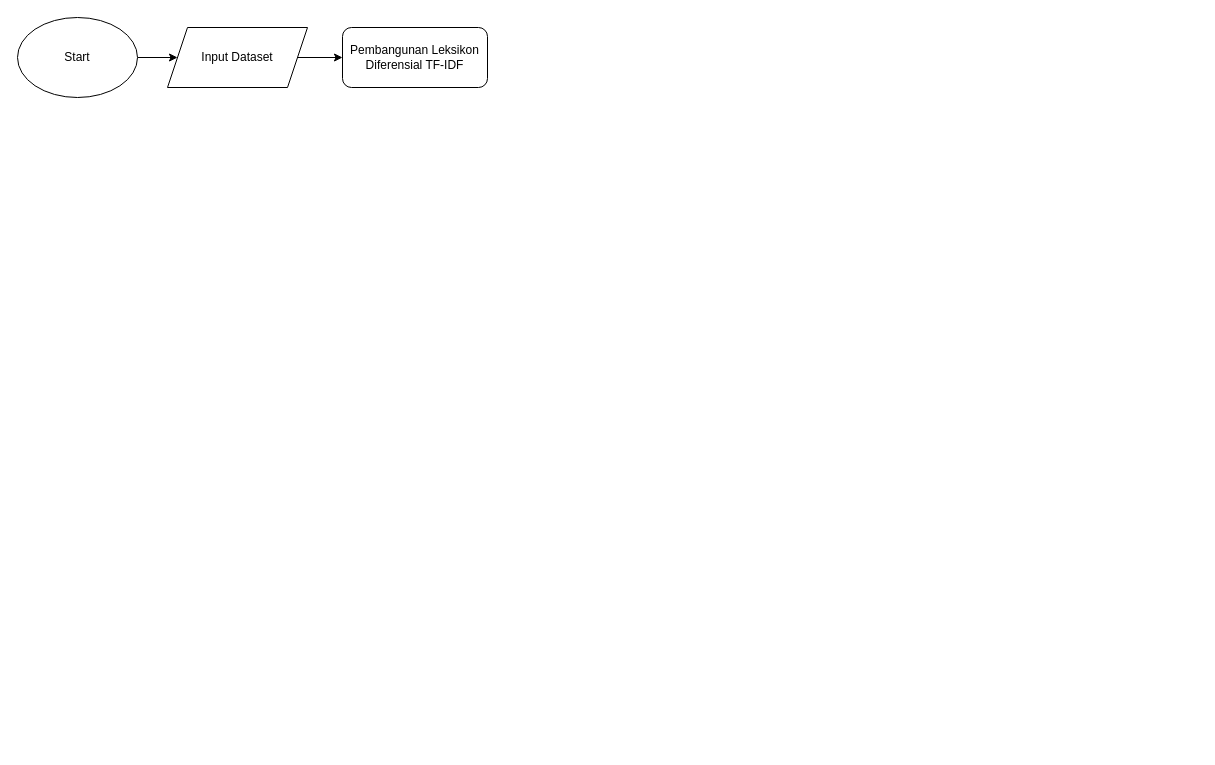
Above: page "Matematis" (4 of 4) of thesis.drawio in Jacksonciek/thesis-diagram (draw.io), before the change. Source tidied: cells renumbered, new cells numbered last; positions are measured from the earlier drawing's top-left corner, leaving out a move shared by most shapes. Both pictures are drawn from the tidied source at 100%, with x=0, y=0 at pixel (17, 17).
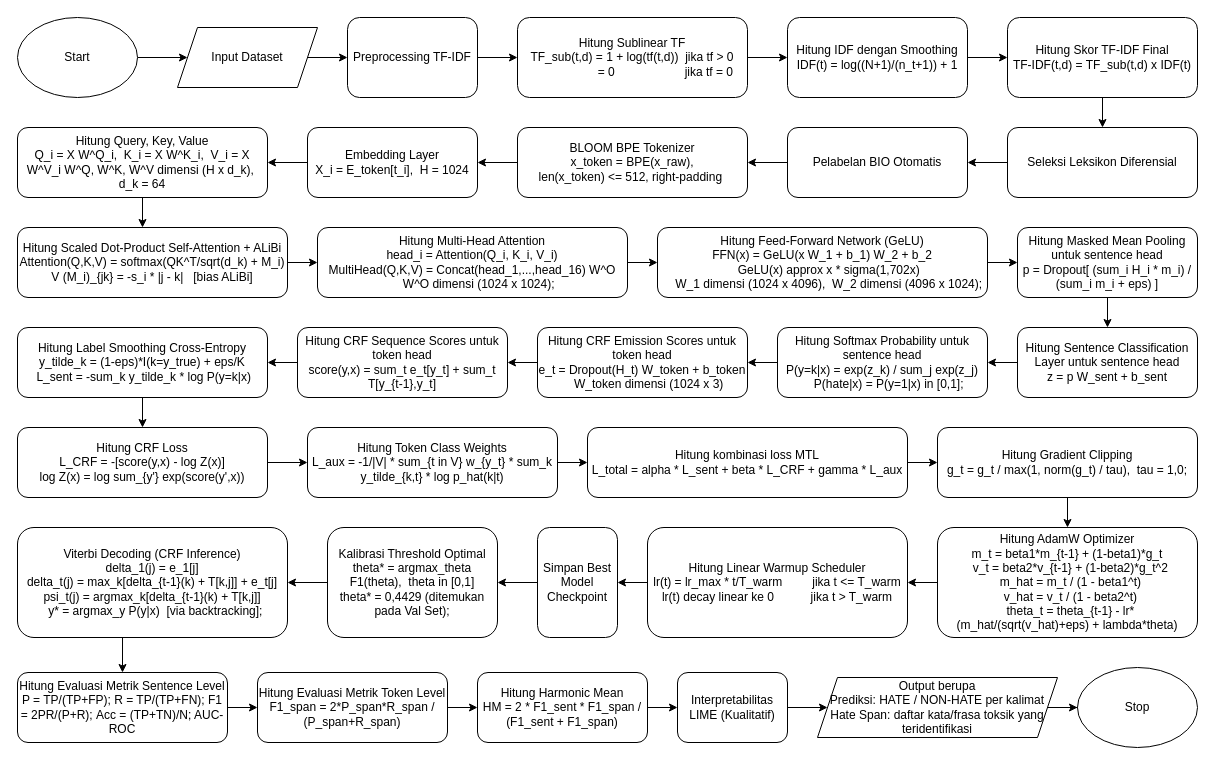
The same page after the edit.

Diff of the diagram source:
```diff
@@
-    <mxCell id="4" style="edgeStyle=orthogonalEdgeStyle;rounded=0;jettySize=auto;html=1;entryX=0;entryY=0.5;entryDx=0;entryDy=0;" parent="1" edge="1" source="5" target="6">
-      <mxGeometry relative="1" as="geometry" />
-    </mxCell>
+    <mxCell id="7" style="edgeStyle=orthogonalEdgeStyle;rounded=0;jettySize=auto;html=1;entryX=0;entryY=0.5;entryDx=0;entryDy=0;" parent="1" edge="1" source="5" target="10">
+      <mxGeometry relative="1" as="geometry" />
+    </mxCell>
     <mxCell id="5" value="Input Dataset" style="shape=parallelogram;perimeter=parallelogramPerimeter;whiteSpace=wrap;html=1;fixedSize=1;" parent="1" vertex="1">
-      <mxGeometry x="150" y="10" width="140" height="60" as="geometry" />
+      <mxGeometry x="160" y="10" width="140" height="60" as="geometry" />
     </mxCell>
+    <mxCell id="8" style="edgeStyle=orthogonalEdgeStyle;rounded=0;jettySize=auto;html=1;entryX=0;entryY=0.5;entryDx=0;entryDy=0;" parent="1" edge="1" source="6" target="12">
+      <mxGeometry relative="1" as="geometry" />
+    </mxCell>
-    <mxCell id="6" value="Pembangunan Leksikon Diferensial TF-IDF" style="rounded=1;whiteSpace=wrap;html=1;" parent="1" vertex="1">
-      <mxGeometry x="325" y="10" width="145" height="60" as="geometry" />
+    <mxCell id="6" value="Hitung Sublinear TF&lt;div&gt;&lt;div&gt;TF_sub(t,d) = 1 + log(tf(t,d))&amp;nbsp; jika tf &amp;gt; 0&lt;/div&gt;&lt;div&gt;&amp;nbsp; &amp;nbsp; &amp;nbsp; &amp;nbsp; &amp;nbsp; &amp;nbsp; &amp;nbsp; &amp;nbsp; &amp;nbsp; &amp;nbsp; = 0&amp;nbsp; &amp;nbsp; &amp;nbsp; &amp;nbsp; &amp;nbsp; &amp;nbsp; &amp;nbsp; &amp;nbsp; &amp;nbsp; &amp;nbsp; &amp;nbsp;jika tf = 0&lt;/div&gt;&lt;/div&gt;" style="rounded=1;whiteSpace=wrap;html=1;" parent="1" vertex="1">
+      <mxGeometry x="500" width="230" height="80" as="geometry" />
     </mxCell>
+    <mxCell id="9" style="edgeStyle=orthogonalEdgeStyle;rounded=0;jettySize=auto;html=1;entryX=0;entryY=0.5;entryDx=0;entryDy=0;" parent="1" edge="1" source="10" target="6">
+      <mxGeometry relative="1" as="geometry" />
+    </mxCell>
+    <mxCell id="10" value="Preprocessing TF-IDF" style="rounded=1;whiteSpace=wrap;html=1;" parent="1" vertex="1">
+      <mxGeometry x="330" width="130" height="80" as="geometry" />
+    </mxCell>
+    <mxCell id="11" style="edgeStyle=orthogonalEdgeStyle;rounded=0;jettySize=auto;html=1;entryX=0;entryY=0.5;entryDx=0;entryDy=0;" parent="1" edge="1" source="12" target="14">
+      <mxGeometry relative="1" as="geometry" />
+    </mxCell>
+    <mxCell id="12" value="Hitung&amp;nbsp;&lt;span style=&quot;background-color: transparent;&quot;&gt;IDF dengan Smoothing&lt;/span&gt;&lt;div&gt;&lt;span style=&quot;background-color: transparent; color: light-dark(rgb(0, 0, 0), rgb(255, 255, 255));&quot;&gt;IDF(t) = log((N+1)/(n_t+1)) + 1&lt;/span&gt;&lt;/div&gt;" style="rounded=1;whiteSpace=wrap;html=1;" parent="1" vertex="1">
+      <mxGeometry x="770" width="180" height="80" as="geometry" />
+    </mxCell>
+    <mxCell id="13" style="edgeStyle=orthogonalEdgeStyle;rounded=0;jettySize=auto;html=1;entryX=0.5;entryY=0;entryDx=0;entryDy=0;" parent="1" edge="1" source="14" target="16">
+      <mxGeometry relative="1" as="geometry" />
+    </mxCell>
+    <mxCell id="14" value="Hitung&amp;nbsp;&lt;span style=&quot;background-color: transparent;&quot;&gt;Skor TF-IDF Final&lt;/span&gt;&lt;div&gt;&lt;span style=&quot;background-color: transparent; color: light-dark(rgb(0, 0, 0), rgb(255, 255, 255));&quot;&gt;TF-IDF(t,d) = TF_sub(t,d) x IDF(t)&lt;/span&gt;&lt;/div&gt;" style="rounded=1;whiteSpace=wrap;html=1;" parent="1" vertex="1">
+      <mxGeometry x="990" width="190" height="80" as="geometry" />
+    </mxCell>
+    <mxCell id="15" style="edgeStyle=orthogonalEdgeStyle;rounded=0;jettySize=auto;html=1;entryX=1;entryY=0.5;entryDx=0;entryDy=0;" parent="1" edge="1" source="16" target="18">
+      <mxGeometry relative="1" as="geometry" />
+    </mxCell>
+    <mxCell id="16" value="Seleksi Leksikon Diferensial" style="rounded=1;whiteSpace=wrap;html=1;" parent="1" vertex="1">
+      <mxGeometry x="990" y="110" width="190" height="70" as="geometry" />
+    </mxCell>
+    <mxCell id="17" style="edgeStyle=orthogonalEdgeStyle;rounded=0;jettySize=auto;html=1;entryX=1;entryY=0.5;entryDx=0;entryDy=0;" parent="1" edge="1" source="18" target="20">
+      <mxGeometry relative="1" as="geometry" />
+    </mxCell>
+    <mxCell id="18" value="Pelabelan BIO Otomatis" style="rounded=1;whiteSpace=wrap;html=1;" parent="1" vertex="1">
+      <mxGeometry x="770" y="110" width="180" height="70" as="geometry" />
+    </mxCell>
+    <mxCell id="19" style="edgeStyle=orthogonalEdgeStyle;rounded=0;jettySize=auto;html=1;entryX=1;entryY=0.5;entryDx=0;entryDy=0;" parent="1" edge="1" source="20" target="22">
+      <mxGeometry relative="1" as="geometry" />
+    </mxCell>
+    <mxCell id="20" value="BLOOM BPE Tokenizer&lt;div&gt;&lt;div&gt;x_token = BPE(x_raw),&lt;/div&gt;&lt;div&gt;len(x_token) &amp;lt;= 512,&amp;nbsp;&lt;span style=&quot;background-color: transparent; color: light-dark(rgb(0, 0, 0), rgb(255, 255, 255));&quot;&gt;right-padding&amp;nbsp;&lt;/span&gt;&lt;/div&gt;&lt;/div&gt;" style="rounded=1;whiteSpace=wrap;html=1;" parent="1" vertex="1">
+      <mxGeometry x="500" y="110" width="230" height="70" as="geometry" />
+    </mxCell>
+    <mxCell id="21" style="edgeStyle=orthogonalEdgeStyle;rounded=0;jettySize=auto;html=1;entryX=1;entryY=0.5;entryDx=0;entryDy=0;" parent="1" edge="1" source="22" target="23">
+      <mxGeometry relative="1" as="geometry" />
+    </mxCell>
+    <mxCell id="22" value="Embedding Layer&lt;div&gt;X_i = E_token[t_i],&amp;nbsp; H = 1024&lt;/div&gt;" style="rounded=1;whiteSpace=wrap;html=1;" parent="1" vertex="1">
+      <mxGeometry x="290" y="110" width="170" height="70" as="geometry" />
+    </mxCell>
+    <mxCell id="23" value="Hitung Query, Key, Value&lt;div&gt;&lt;div&gt;Q_i = X W^Q_i,&amp;nbsp; K_i = X W^K_i,&amp;nbsp; V_i = X W^V_i&amp;nbsp;&lt;span style=&quot;background-color: transparent; color: light-dark(rgb(0, 0, 0), rgb(255, 255, 255));&quot;&gt;W^Q, W^K, W^V dimensi (H x d_k),&amp;nbsp; d_k = 64&lt;/span&gt;&lt;/div&gt;&lt;/div&gt;" style="rounded=1;whiteSpace=wrap;html=1;" parent="1" vertex="1">
+      <mxGeometry y="110" width="250" height="70" as="geometry" />
+    </mxCell>
+    <mxCell id="24" style="edgeStyle=orthogonalEdgeStyle;rounded=0;jettySize=auto;html=1;entryX=0;entryY=0.5;entryDx=0;entryDy=0;" parent="1" edge="1" source="25" target="28">
+      <mxGeometry relative="1" as="geometry" />
+    </mxCell>
+    <mxCell id="25" value="Hitung Scaled Dot-Product Self-Attention + ALiBi&lt;div&gt;&lt;div&gt;Attention(Q,K,V) = softmax(QK^T/sqrt(d_k) + M_i) V&amp;nbsp;&lt;span style=&quot;background-color: transparent; color: light-dark(rgb(0, 0, 0), rgb(255, 255, 255));&quot;&gt;(M_i)_{jk} = -s_i * |j - k|&amp;nbsp; &amp;nbsp;[bias ALiBi]&lt;/span&gt;&lt;/div&gt;&lt;/div&gt;" style="rounded=1;whiteSpace=wrap;html=1;" parent="1" vertex="1">
+      <mxGeometry y="210" width="270" height="70" as="geometry" />
+    </mxCell>
+    <mxCell id="26" style="edgeStyle=orthogonalEdgeStyle;rounded=0;jettySize=auto;html=1;entryX=0.463;entryY=0;entryDx=0;entryDy=0;entryPerimeter=0;" parent="1" edge="1" source="23" target="25">
+      <mxGeometry relative="1" as="geometry" />
+    </mxCell>
+    <mxCell id="27" style="edgeStyle=orthogonalEdgeStyle;rounded=0;jettySize=auto;html=1;entryX=0;entryY=0.5;entryDx=0;entryDy=0;" parent="1" edge="1" source="28" target="30">
+      <mxGeometry relative="1" as="geometry" />
+    </mxCell>
+    <mxCell id="28" value="Hitung Multi-Head Attention&lt;div&gt;&lt;div&gt;head_i = Attention(Q_i, K_i, V_i)&lt;/div&gt;&lt;div&gt;&lt;span style=&quot;background-color: transparent; color: light-dark(rgb(0, 0, 0), rgb(255, 255, 255));&quot;&gt;MultiHead(Q,K,V) = Concat(head_1,...,head_16) W^O&lt;/span&gt;&lt;/div&gt;&lt;div&gt;&amp;nbsp; &amp;nbsp; W^O dimensi (1024 x 1024);&lt;/div&gt;&lt;/div&gt;" style="rounded=1;whiteSpace=wrap;html=1;" parent="1" vertex="1">
+      <mxGeometry x="300" y="210" width="310" height="70" as="geometry" />
+    </mxCell>
+    <mxCell id="29" style="edgeStyle=orthogonalEdgeStyle;rounded=0;jettySize=auto;html=1;entryX=0;entryY=0.5;entryDx=0;entryDy=0;" parent="1" edge="1" source="30" target="32">
+      <mxGeometry relative="1" as="geometry" />
+    </mxCell>
+    <mxCell id="30" value="Hitung Feed-Forward Network (GeLU)&lt;div&gt;&lt;div&gt;FFN(x) = GeLU(x W_1 + b_1) W_2 + b_2&lt;/div&gt;&lt;div&gt;&amp;nbsp; &amp;nbsp; GeLU(x) approx x * sigma(1,702x)&lt;/div&gt;&lt;div&gt;&amp;nbsp; &amp;nbsp; W_1 dimensi (1024 x 4096),&amp;nbsp; W_2 dimensi (4096 x 1024);&lt;/div&gt;&lt;/div&gt;" style="rounded=1;whiteSpace=wrap;html=1;" parent="1" vertex="1">
+      <mxGeometry x="640" y="210" width="330" height="70" as="geometry" />
+    </mxCell>
+    <mxCell id="31" style="edgeStyle=orthogonalEdgeStyle;rounded=0;jettySize=auto;html=1;entryX=0.5;entryY=0;entryDx=0;entryDy=0;" parent="1" edge="1" source="32" target="34">
+      <mxGeometry relative="1" as="geometry" />
+    </mxCell>
+    <mxCell id="32" value="Hitung Masked Mean Pooling untuk sentence head&lt;div&gt;p = Dropout[ (sum_i H_i * m_i) / (sum_i m_i + eps) ]&lt;/div&gt;" style="rounded=1;whiteSpace=wrap;html=1;" parent="1" vertex="1">
+      <mxGeometry x="1000" y="210" width="180" height="70" as="geometry" />
+    </mxCell>
+    <mxCell id="33" style="edgeStyle=orthogonalEdgeStyle;rounded=0;jettySize=auto;html=1;entryX=1;entryY=0.5;entryDx=0;entryDy=0;" parent="1" edge="1" source="34" target="36">
+      <mxGeometry relative="1" as="geometry" />
+    </mxCell>
+    <mxCell id="34" value="Hitung Sentence Classification Layer untuk sentence head&lt;div&gt;z = p W_sent + b_sent&lt;/div&gt;" style="rounded=1;whiteSpace=wrap;html=1;" parent="1" vertex="1">
+      <mxGeometry x="1000" y="310" width="180" height="70" as="geometry" />
+    </mxCell>
+    <mxCell id="35" style="edgeStyle=orthogonalEdgeStyle;rounded=0;jettySize=auto;html=1;entryX=1;entryY=0.5;entryDx=0;entryDy=0;" parent="1" edge="1" source="36" target="38">
+      <mxGeometry relative="1" as="geometry" />
+    </mxCell>
+    <mxCell id="36" value="Hitung Softmax Probability untuk sentence head&lt;div&gt;&lt;div&gt;P(y=k|x) = exp(z_k) / sum_j exp(z_j)&lt;/div&gt;&lt;div&gt;&amp;nbsp; &amp;nbsp; P(hate|x) = P(y=1|x) in [0,1];&lt;/div&gt;&lt;/div&gt;" style="rounded=1;whiteSpace=wrap;html=1;" parent="1" vertex="1">
+      <mxGeometry x="760" y="310" width="210" height="70" as="geometry" />
+    </mxCell>
+    <mxCell id="37" style="edgeStyle=orthogonalEdgeStyle;rounded=0;jettySize=auto;html=1;entryX=1;entryY=0.5;entryDx=0;entryDy=0;" parent="1" edge="1" source="38" target="40">
+      <mxGeometry relative="1" as="geometry" />
+    </mxCell>
+    <mxCell id="38" value="Hitung CRF Emission Scores untuk token head&lt;div&gt;&lt;div&gt;e_t = Dropout(H_t) W_token + b_token&lt;/div&gt;&lt;div&gt;&amp;nbsp; &amp;nbsp; W_token dimensi (1024 x 3)&lt;/div&gt;&lt;/div&gt;" style="rounded=1;whiteSpace=wrap;html=1;" parent="1" vertex="1">
+      <mxGeometry x="520" y="310" width="210" height="70" as="geometry" />
+    </mxCell>
+    <mxCell id="39" style="edgeStyle=orthogonalEdgeStyle;rounded=0;jettySize=auto;html=1;entryX=1;entryY=0.5;entryDx=0;entryDy=0;" parent="1" edge="1" source="40" target="42">
+      <mxGeometry relative="1" as="geometry" />
+    </mxCell>
+    <mxCell id="40" value="Hitung CRF Sequence Scores untuk token head&lt;div&gt;score(y,x) = sum_t e_t[y_t] + sum_t T[y_{t-1},y_t]&lt;/div&gt;" style="rounded=1;whiteSpace=wrap;html=1;" parent="1" vertex="1">
+      <mxGeometry x="280" y="310" width="210" height="70" as="geometry" />
+    </mxCell>
+    <mxCell id="41" style="edgeStyle=orthogonalEdgeStyle;rounded=0;jettySize=auto;html=1;entryX=0.5;entryY=0;entryDx=0;entryDy=0;" parent="1" edge="1" source="42" target="44">
+      <mxGeometry relative="1" as="geometry" />
+    </mxCell>
+    <mxCell id="42" value="Hitung Label Smoothing Cross-Entropy&lt;div&gt;&lt;div&gt;y_tilde_k = (1-eps)*I(k=y_true) + eps/K&lt;/div&gt;&lt;div&gt;&amp;nbsp;L_sent = -sum_k y_tilde_k * log P(y=k|x)&lt;/div&gt;&lt;/div&gt;" style="rounded=1;whiteSpace=wrap;html=1;" parent="1" vertex="1">
+      <mxGeometry y="310" width="250" height="70" as="geometry" />
+    </mxCell>
+    <mxCell id="43" style="edgeStyle=orthogonalEdgeStyle;rounded=0;jettySize=auto;html=1;entryX=0;entryY=0.5;entryDx=0;entryDy=0;" parent="1" edge="1" source="44" target="46">
+      <mxGeometry relative="1" as="geometry" />
+    </mxCell>
+    <mxCell id="44" value="Hitung CRF Loss&lt;div&gt;&lt;div&gt;L_CRF = -[score(y,x) - log Z(x)]&lt;/div&gt;&lt;div&gt;log Z(x) = log sum_{y'} exp(score(y',x))&lt;/div&gt;&lt;/div&gt;" style="rounded=1;whiteSpace=wrap;html=1;" parent="1" vertex="1">
+      <mxGeometry y="410" width="250" height="70" as="geometry" />
+    </mxCell>
+    <mxCell id="45" style="edgeStyle=orthogonalEdgeStyle;rounded=0;jettySize=auto;html=1;entryX=0;entryY=0.5;entryDx=0;entryDy=0;" parent="1" edge="1" source="46" target="48">
+      <mxGeometry relative="1" as="geometry" />
+    </mxCell>
+    <mxCell id="46" value="Hitung Token Class Weights&lt;div&gt;L_aux = -1/|V| * sum_{t in V} w_{y_t} * sum_k y_tilde_{k,t} * log p_hat(k|t)&lt;/div&gt;" style="rounded=1;whiteSpace=wrap;html=1;" parent="1" vertex="1">
+      <mxGeometry x="290" y="410" width="250" height="70" as="geometry" />
+    </mxCell>
+    <mxCell id="47" style="edgeStyle=orthogonalEdgeStyle;rounded=0;jettySize=auto;html=1;entryX=0;entryY=0.5;entryDx=0;entryDy=0;" parent="1" edge="1" source="48" target="50">
+      <mxGeometry relative="1" as="geometry" />
+    </mxCell>
+    <mxCell id="48" value="Hitung kombinasi loss MTL&lt;div&gt;L_total = alpha * L_sent + beta * L_CRF + gamma * L_aux&lt;/div&gt;" style="rounded=1;whiteSpace=wrap;html=1;" parent="1" vertex="1">
+      <mxGeometry x="570" y="410" width="320" height="70" as="geometry" />
+    </mxCell>
+    <mxCell id="49" style="edgeStyle=orthogonalEdgeStyle;rounded=0;jettySize=auto;html=1;entryX=0.5;entryY=0;entryDx=0;entryDy=0;" parent="1" edge="1" source="50" target="52">
+      <mxGeometry relative="1" as="geometry" />
+    </mxCell>
+    <mxCell id="50" value="Hitung Gradient Clipping&lt;div&gt;g_t = g_t / max(1, norm(g_t) / tau),&amp;nbsp; tau = 1,0;&lt;/div&gt;" style="rounded=1;whiteSpace=wrap;html=1;" parent="1" vertex="1">
+      <mxGeometry x="920" y="410" width="260" height="70" as="geometry" />
+    </mxCell>
+    <mxCell id="51" style="edgeStyle=orthogonalEdgeStyle;rounded=0;jettySize=auto;html=1;entryX=1;entryY=0.5;entryDx=0;entryDy=0;" parent="1" edge="1" source="52" target="54">
+      <mxGeometry relative="1" as="geometry" />
+    </mxCell>
+    <mxCell id="52" value="Hitung AdamW Optimizer&lt;div&gt;&lt;div&gt;m_t = beta1*m_{t-1} + (1-beta1)*g_t&lt;/div&gt;&lt;div&gt;&amp;nbsp; v_t = beta2*v_{t-1} + (1-beta2)*g_t^2&lt;/div&gt;&lt;div&gt;&amp;nbsp; m_hat = m_t / (1 - beta1^t)&lt;/div&gt;&lt;div&gt;&amp;nbsp; v_hat = v_t / (1 - beta2^t)&lt;/div&gt;&lt;div&gt;&amp;nbsp; theta_t = theta_{t-1} - lr*(m_hat/(sqrt(v_hat)+eps) + lambda*theta)&lt;/div&gt;&lt;/div&gt;" style="rounded=1;whiteSpace=wrap;html=1;" parent="1" vertex="1">
+      <mxGeometry x="920" y="510" width="260" height="110" as="geometry" />
+    </mxCell>
+    <mxCell id="53" style="edgeStyle=orthogonalEdgeStyle;rounded=0;jettySize=auto;html=1;entryX=1;entryY=0.5;entryDx=0;entryDy=0;" parent="1" edge="1" source="54" target="56">
+      <mxGeometry relative="1" as="geometry" />
+    </mxCell>
+    <mxCell id="54" value="Hitung Linear Warmup Scheduler&lt;div&gt;&lt;div&gt;lr(t) = lr_max * t/T_warm&amp;nbsp; &amp;nbsp; &amp;nbsp; &amp;nbsp; &amp;nbsp;jika t &amp;lt;= T_warm&lt;/div&gt;&lt;div&gt;lr(t) decay linear ke 0&amp;nbsp; &amp;nbsp; &amp;nbsp; &amp;nbsp; &amp;nbsp; &amp;nbsp;jika t &amp;gt; T_warm&lt;/div&gt;&lt;/div&gt;" style="rounded=1;whiteSpace=wrap;html=1;" parent="1" vertex="1">
+      <mxGeometry x="630" y="510" width="260" height="110" as="geometry" />
+    </mxCell>
+    <mxCell id="55" style="edgeStyle=orthogonalEdgeStyle;rounded=0;jettySize=auto;html=1;entryX=1;entryY=0.5;entryDx=0;entryDy=0;" parent="1" edge="1" source="56" target="58">
+      <mxGeometry relative="1" as="geometry" />
+    </mxCell>
+    <mxCell id="56" value="Simpan Best Model Checkpoint" style="rounded=1;whiteSpace=wrap;html=1;" parent="1" vertex="1">
+      <mxGeometry x="520" y="510" width="80" height="110" as="geometry" />
+    </mxCell>
+    <mxCell id="57" style="edgeStyle=orthogonalEdgeStyle;rounded=0;jettySize=auto;html=1;entryX=1;entryY=0.5;entryDx=0;entryDy=0;" parent="1" edge="1" source="58" target="59">
+      <mxGeometry relative="1" as="geometry" />
+    </mxCell>
+    <mxCell id="58" value="Kalibrasi Threshold Optimal&lt;div&gt;&lt;div&gt;theta* = argmax_theta F1(theta),&amp;nbsp; theta in [0,1]&lt;/div&gt;&lt;div&gt;&lt;span style=&quot;background-color: transparent; color: light-dark(rgb(0, 0, 0), rgb(255, 255, 255));&quot;&gt;theta* = 0,4429 (ditemukan pada Val Set);&lt;/span&gt;&lt;/div&gt;&lt;/div&gt;" style="rounded=1;whiteSpace=wrap;html=1;" parent="1" vertex="1">
+      <mxGeometry x="310" y="510" width="170" height="110" as="geometry" />
+    </mxCell>
+    <mxCell id="59" value="Viterbi Decoding (CRF Inference)&lt;div&gt;&lt;div&gt;delta_1(j) = e_1[j]&lt;/div&gt;&lt;div&gt;&lt;span style=&quot;background-color: transparent; color: light-dark(rgb(0, 0, 0), rgb(255, 255, 255));&quot;&gt;delta_t(j) = max_k[delta_{t-1}(k) + T[k,j]] + e_t[j]&lt;/span&gt;&lt;/div&gt;&lt;div&gt;&lt;span style=&quot;background-color: transparent; color: light-dark(rgb(0, 0, 0), rgb(255, 255, 255));&quot;&gt;psi_t(j) = argmax_k[delta_{t-1}(k) + T[k,j]]&lt;/span&gt;&lt;/div&gt;&lt;div&gt;&amp;nbsp; y* = argmax_y P(y|x)&amp;nbsp; [via backtracking];&lt;/div&gt;&lt;/div&gt;" style="rounded=1;whiteSpace=wrap;html=1;" parent="1" vertex="1">
+      <mxGeometry y="510" width="270" height="110" as="geometry" />
+    </mxCell>
+    <mxCell id="60" style="edgeStyle=orthogonalEdgeStyle;rounded=0;jettySize=auto;html=1;" parent="1" edge="1" source="61" target="63">
+      <mxGeometry relative="1" as="geometry" />
+    </mxCell>
+    <mxCell id="61" value="Hitung Evaluasi Metrik Sentence Level&lt;div&gt;&lt;div&gt;P = TP/(TP+FP);&amp;nbsp;&lt;span style=&quot;background-color: transparent; color: light-dark(rgb(0, 0, 0), rgb(255, 255, 255));&quot;&gt;R = TP/(TP+FN);&amp;nbsp;&lt;/span&gt;&lt;span style=&quot;background-color: transparent; color: light-dark(rgb(0, 0, 0), rgb(255, 255, 255));&quot;&gt;F1 = 2PR/(P+R);&amp;nbsp;&lt;/span&gt;&lt;span style=&quot;background-color: transparent; color: light-dark(rgb(0, 0, 0), rgb(255, 255, 255));&quot;&gt;Acc = (TP+TN)/N; AUC-ROC&lt;/span&gt;&lt;/div&gt;&lt;/div&gt;" style="rounded=1;whiteSpace=wrap;html=1;" parent="1" vertex="1">
+      <mxGeometry y="655" width="210" height="70" as="geometry" />
+    </mxCell>
+    <mxCell id="62" style="edgeStyle=orthogonalEdgeStyle;rounded=0;jettySize=auto;html=1;" parent="1" edge="1" source="63" target="65">
+      <mxGeometry relative="1" as="geometry" />
+    </mxCell>
+    <mxCell id="63" value="Hitung Evaluasi Metrik Token Level&lt;div&gt;F1_span = 2*P_span*R_span / (P_span+R_span)&lt;/div&gt;" style="rounded=1;whiteSpace=wrap;html=1;" parent="1" vertex="1">
+      <mxGeometry x="240" y="655" width="190" height="70" as="geometry" />
+    </mxCell>
+    <mxCell id="64" style="edgeStyle=orthogonalEdgeStyle;rounded=0;jettySize=auto;html=1;entryX=0;entryY=0.5;entryDx=0;entryDy=0;" parent="1" edge="1" source="65" target="67">
+      <mxGeometry relative="1" as="geometry" />
+    </mxCell>
+    <mxCell id="65" value="Hitung Harmonic Mean&lt;div&gt;HM = 2 * F1_sent * F1_span / (F1_sent + F1_span)&lt;/div&gt;" style="rounded=1;whiteSpace=wrap;html=1;" parent="1" vertex="1">
+      <mxGeometry x="460" y="655" width="170" height="70" as="geometry" />
+    </mxCell>
+    <mxCell id="66" style="edgeStyle=orthogonalEdgeStyle;rounded=0;jettySize=auto;html=1;entryX=0;entryY=0.5;entryDx=0;entryDy=0;" parent="1" edge="1" source="67" target="71">
+      <mxGeometry relative="1" as="geometry" />
+    </mxCell>
+    <mxCell id="67" value="Interpretabilitas LIME (Kualitatif)" style="rounded=1;whiteSpace=wrap;html=1;" parent="1" vertex="1">
+      <mxGeometry x="660" y="655" width="110" height="70" as="geometry" />
+    </mxCell>
+    <mxCell id="68" style="endArrow=classic;html=1;rounded=0;entryX=0.5;entryY=0;entryDx=0;entryDy=0;exitX=0.389;exitY=1.003;exitDx=0;exitDy=0;exitPerimeter=0;" parent="1" edge="1" source="59" target="61">
+      <mxGeometry relative="1" as="geometry" />
+    </mxCell>
+    <mxCell id="69" value="Stop" style="ellipse;whiteSpace=wrap;html=1;" parent="1" vertex="1">
+      <mxGeometry x="1060" y="650" width="120" height="80" as="geometry" />
+    </mxCell>
+    <mxCell id="70" style="edgeStyle=orthogonalEdgeStyle;rounded=0;jettySize=auto;html=1;entryX=0;entryY=0.5;entryDx=0;entryDy=0;" parent="1" edge="1" source="71" target="69">
+      <mxGeometry relative="1" as="geometry" />
+    </mxCell>
+    <mxCell id="71" value="&lt;div&gt;Output berupa&lt;/div&gt;&lt;div&gt;Prediksi: HATE / NON-HATE per kalimat&lt;/div&gt;&lt;div&gt;Hate Span: daftar kata/frasa toksik yang teridentifikasi&lt;/div&gt;" style="shape=parallelogram;perimeter=parallelogramPerimeter;whiteSpace=wrap;html=1;fixedSize=1;" parent="1" vertex="1">
+      <mxGeometry x="800" y="660" width="240" height="60" as="geometry" />
+    </mxCell>
```
